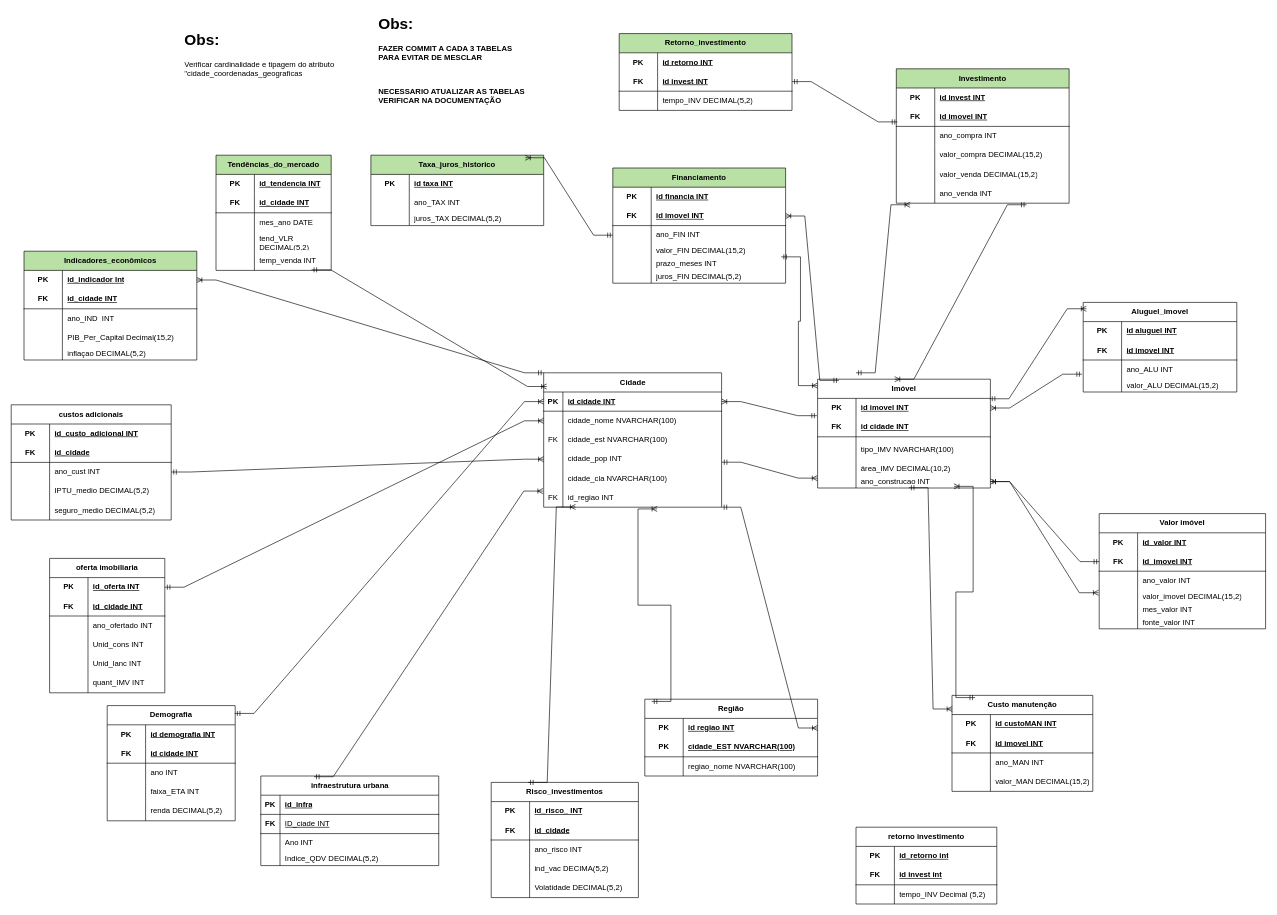
Before: GroupBy.drawio in Guilherme22B/Group_by, a draw.io diagram. Source tidied: cells renumbered, new cells numbered last; positions are measured from the earlier drawing's top-left corner, leaving out a move shared by most shapes. Both pictures are drawn from the tidied source at 64%, with x=0, y=0 at pixel (11, 11).
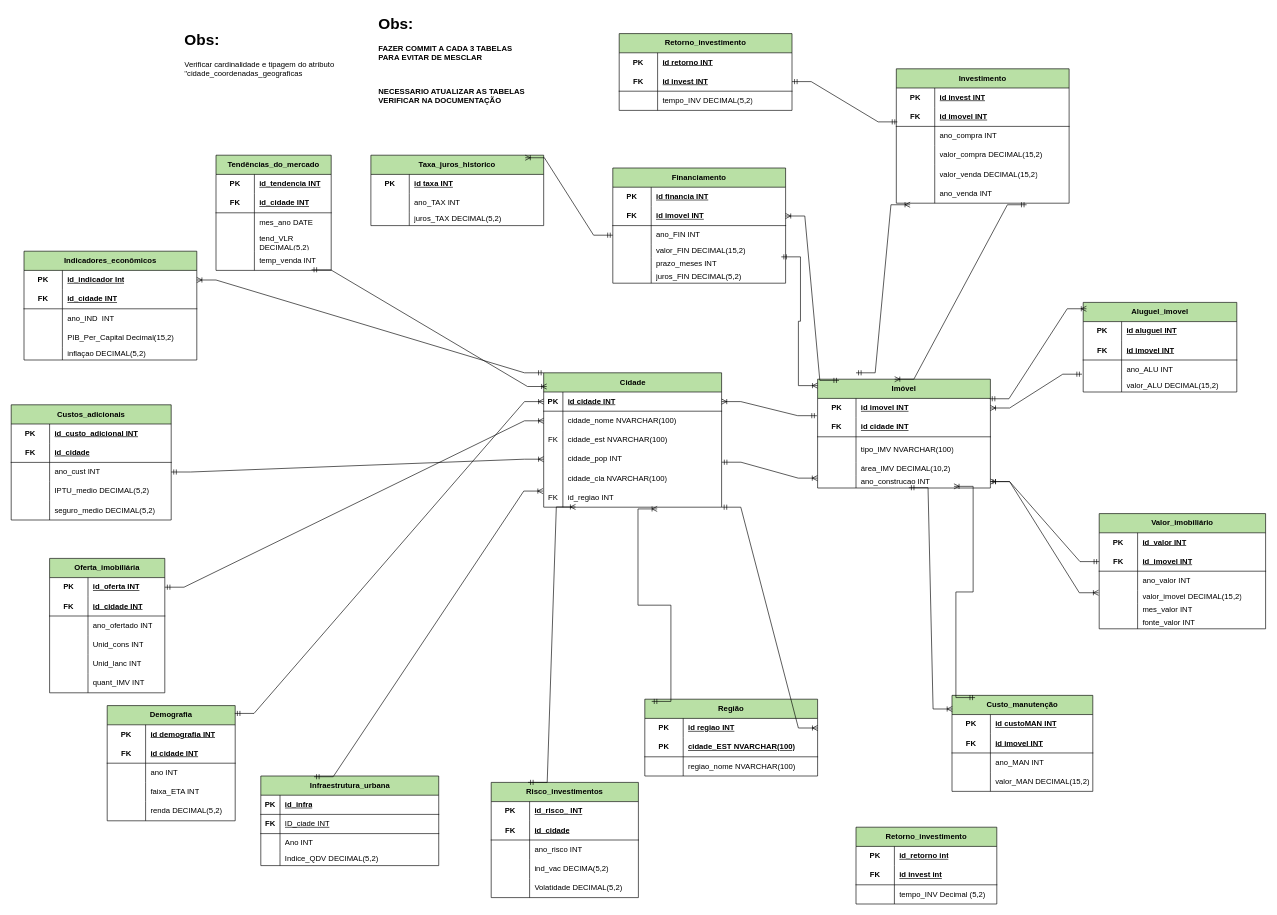
The same diagram, later.

Commit message:
Continuação das atualizações

Change to the diagram source:
```diff
@@
-    <mxCell id="4" value="Imóvel" style="shape=table;startSize=30;childLayout=tableLayout;rowLines=0;fontStyle=1;align=center;html=1;whiteSpace=wrap;" parent="1" vertex="1">
+    <mxCell id="4" value="Imóvel" style="shape=table;startSize=30;childLayout=tableLayout;rowLines=0;fontStyle=1;align=center;html=1;whiteSpace=wrap;fillColor=light-dark(#B9E0A5,#B9E0A5);" parent="1" vertex="1">
       <mxGeometry x="1260" y="575" width="270" height="170" as="geometry" />
     </mxCell>
@@
-    <mxCell id="20" value="Valor imóvel" style="shape=table;startSize=30;childLayout=tableLayout;rowLines=0;fontStyle=1;align=center;html=1;whiteSpace=wrap;" parent="1" vertex="1">
+    <mxCell id="20" value="Valor_imobiliário" style="shape=table;startSize=30;childLayout=tableLayout;rowLines=0;fontStyle=1;align=center;html=1;whiteSpace=wrap;fillColor=light-dark(#B9E0A5,#B9E0A5);" parent="1" vertex="1">
       <mxGeometry x="1700" y="785" width="260" height="180" as="geometry" />
     </mxCell>
@@
-    <mxCell id="39" value="Cidade" style="shape=table;startSize=30;childLayout=tableLayout;rowLines=0;fontStyle=1;align=center;html=1;" parent="1" vertex="1">
+    <mxCell id="39" value="Cidade" style="shape=table;startSize=30;childLayout=tableLayout;rowLines=0;fontStyle=1;align=center;html=1;fillColor=light-dark(#B9E0A5,#B9E0A5);" parent="1" vertex="1">
       <mxGeometry x="832" y="565" width="278" height="210" as="geometry" />
     </mxCell>
@@
-    <mxCell id="58" value="Custo manutenção" style="shape=table;startSize=30;childLayout=tableLayout;rowLines=0;fontStyle=1;align=center;html=1;whiteSpace=wrap;" parent="1" vertex="1">
+    <mxCell id="58" value="Custo_manutenção" style="shape=table;startSize=30;childLayout=tableLayout;rowLines=0;fontStyle=1;align=center;html=1;whiteSpace=wrap;fillColor=light-dark(#B9E0A5,#B9E0A5);" parent="1" vertex="1">
       <mxGeometry x="1470" y="1069" width="220" height="150" as="geometry" />
     </mxCell>
@@
-    <mxCell id="90" value="Aluguel_imovel" style="shape=table;startSize=30;childLayout=tableLayout;rowLines=0;fontStyle=1;align=center;html=1;whiteSpace=wrap;" parent="1" vertex="1">
+    <mxCell id="90" value="Aluguel_imovel" style="shape=table;startSize=30;childLayout=tableLayout;rowLines=0;fontStyle=1;align=center;html=1;whiteSpace=wrap;fillColor=light-dark(#B9E0A5,#B9E0A5);" parent="1" vertex="1">
       <mxGeometry x="1675" y="455" width="240" height="140" as="geometry" />
     </mxCell>
@@
-    <mxCell id="142" value="Região" style="shape=table;startSize=30;childLayout=tableLayout;rowLines=0;fontStyle=1;align=center;html=1;whiteSpace=wrap;" parent="1" vertex="1">
+    <mxCell id="142" value="Região" style="shape=table;startSize=30;childLayout=tableLayout;rowLines=0;fontStyle=1;align=center;html=1;whiteSpace=wrap;fillColor=light-dark(#B9E0A5,#B9E0A5);" parent="1" vertex="1">
       <mxGeometry x="990" y="1075" width="270" height="120" as="geometry" />
     </mxCell>
@@
-    <mxCell id="155" value="retorno investimento" style="shape=table;startSize=30;childLayout=tableLayout;rowLines=0;fontStyle=1;align=center;html=1;whiteSpace=wrap;" parent="1" vertex="1">
+    <mxCell id="155" value="Retorno_investimento" style="shape=table;startSize=30;childLayout=tableLayout;rowLines=0;fontStyle=1;align=center;html=1;whiteSpace=wrap;fillColor=light-dark(#B9E0A5,#B9E0A5);" parent="1" vertex="1">
       <mxGeometry x="1320" y="1275" width="220" height="120" as="geometry" />
     </mxCell>
@@
-    <mxCell id="181" value="infraestrutura urbana" style="shape=table;startSize=30;childLayout=tableLayout;rowLines=0;fontStyle=1;align=center;html=1;" parent="1" vertex="1">
+    <mxCell id="181" value="Infraestrutura_urbana" style="shape=table;startSize=30;childLayout=tableLayout;rowLines=0;fontStyle=1;align=center;html=1;fillColor=light-dark(#B9E0A5,#B9E0A5);" parent="1" vertex="1">
       <mxGeometry x="390" y="1195" width="278" height="140" as="geometry" />
     </mxCell>
@@
-    <mxCell id="194" value="oferta imobiliaria" style="shape=table;startSize=30;childLayout=tableLayout;rowLines=0;fontStyle=1;align=center;html=1;whiteSpace=wrap;" parent="1" vertex="1">
+    <mxCell id="194" value="Oferta_imobiliária" style="shape=table;startSize=30;childLayout=tableLayout;rowLines=0;fontStyle=1;align=center;html=1;whiteSpace=wrap;fillColor=light-dark(#B9E0A5,#B9E0A5);" parent="1" vertex="1">
       <mxGeometry x="60" y="855" width="180" height="210" as="geometry" />
     </mxCell>
@@
-    <mxCell id="229" value="custos adicionais" style="shape=table;startSize=30;childLayout=tableLayout;rowLines=0;fontStyle=1;align=center;html=1;whiteSpace=wrap;" parent="1" vertex="1">
+    <mxCell id="229" value="Custos_adicionais" style="shape=table;startSize=30;childLayout=tableLayout;rowLines=0;fontStyle=1;align=center;html=1;whiteSpace=wrap;fillColor=light-dark(#B9E0A5,#B9E0A5);" parent="1" vertex="1">
       <mxGeometry y="615" width="250" height="180" as="geometry" />
     </mxCell>
@@
-    <mxCell id="245" value="Risco_investimentos" style="shape=table;startSize=30;childLayout=tableLayout;rowLines=0;fontStyle=1;align=center;html=1;whiteSpace=wrap;" parent="1" vertex="1">
+    <mxCell id="245" value="Risco_investimentos" style="shape=table;startSize=30;childLayout=tableLayout;rowLines=0;fontStyle=1;align=center;html=1;whiteSpace=wrap;fillColor=light-dark(#B9E0A5,#B9E0A5);" parent="1" vertex="1">
       <mxGeometry x="750" y="1205" width="230" height="180" as="geometry" />
     </mxCell>
@@
-    <mxCell id="262" value="Demografia" style="shape=table;startSize=30;childLayout=tableLayout;rowLines=0;fontStyle=1;align=center;html=1;whiteSpace=wrap;" parent="1" vertex="1">
+    <mxCell id="262" value="Demografia" style="shape=table;startSize=30;childLayout=tableLayout;rowLines=0;fontStyle=1;align=center;html=1;whiteSpace=wrap;fillColor=light-dark(#B9E0A5,#B9E0A5);" parent="1" vertex="1">
       <mxGeometry x="150" y="1085" width="200" height="180" as="geometry" />
     </mxCell>
```
